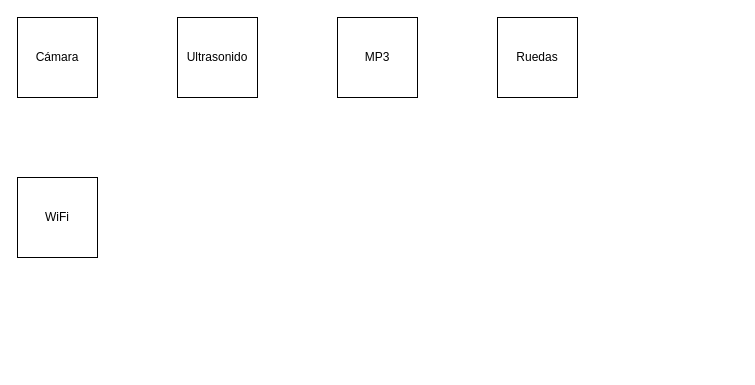
The draw.io diagram Diagrama_bloques.drawio in Davidariza99/Ejemplo-1, before the edit. Source tidied: cells renumbered, new cells numbered last; positions are measured from the earlier drawing's top-left corner, leaving out a move shared by most shapes. Both pictures are drawn from the tidied source at 100%, with x=0, y=0 at pixel (17, 17).
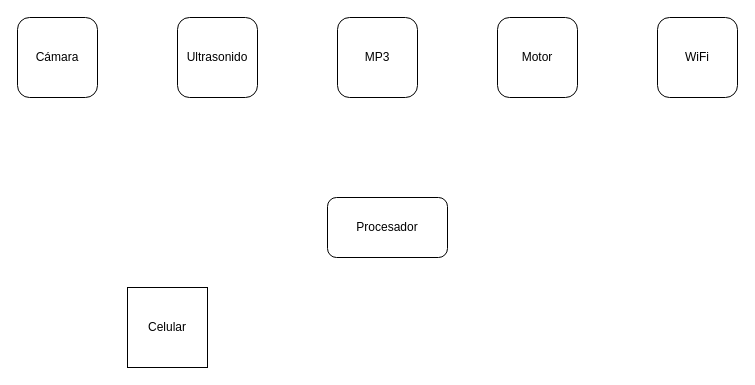
Above is the later version.

Change to the diagram source:
```diff
@@
 <mxGraphModel>
   <root>
     <mxCell id="0" />
     <mxCell id="1" parent="0" />
-    <mxCell id="2" value="&lt;div&gt;Cámara&lt;/div&gt;" style="whiteSpace=wrap;html=1;" parent="1" vertex="1">
-      <mxGeometry width="80" height="80" as="geometry" />
-    </mxCell>
-    <mxCell id="3" value="MP3" style="whiteSpace=wrap;html=1;" parent="1" vertex="1">
+    <mxCell id="3" value="MP3" style="whiteSpace=wrap;html=1;rounded=1;" parent="1" vertex="1">
       <mxGeometry x="320" width="80" height="80" as="geometry" />
     </mxCell>
-    <mxCell id="4" value="&lt;div&gt;Ultrasonido&lt;br&gt;&lt;/div&gt;" style="whiteSpace=wrap;html=1;" parent="1" vertex="1">
+    <mxCell id="4" value="&lt;div&gt;Ultrasonido&lt;br&gt;&lt;/div&gt;" style="whiteSpace=wrap;html=1;rounded=1;perimeterSpacing=6;" parent="1" vertex="1">
       <mxGeometry x="160" width="80" height="80" as="geometry" />
     </mxCell>
-    <mxCell id="5" value="Ruedas" style="whiteSpace=wrap;html=1;" parent="1" vertex="1">
+    <mxCell id="5" value="Motor" style="whiteSpace=wrap;html=1;rounded=1;" parent="1" vertex="1">
       <mxGeometry x="480" width="80" height="80" as="geometry" />
     </mxCell>
-    <mxCell id="6" value="WiFi" style="whiteSpace=wrap;html=1;" parent="1" vertex="1">
-      <mxGeometry y="160" width="80" height="80" as="geometry" />
+    <mxCell id="6" value="WiFi" style="whiteSpace=wrap;html=1;rounded=1;" parent="1" vertex="1">
+      <mxGeometry x="640" width="80" height="80" as="geometry" />
     </mxCell>
+    <mxCell id="2" value="&lt;div&gt;Cámara&lt;br&gt;&lt;/div&gt;" style="whiteSpace=wrap;html=1;rounded=1;perimeterSpacing=6;" parent="1" vertex="1">
+      <mxGeometry width="80" height="80" as="geometry" />
+    </mxCell>
+    <mxCell id="7" value="Procesador" style="rounded=1;whiteSpace=wrap;html=1;strokeWidth=1;" parent="1" vertex="1">
+      <mxGeometry x="310" y="180" width="120" height="60" as="geometry" />
+    </mxCell>
+    <mxCell id="8" value="Celular" style="whiteSpace=wrap;html=1;rounded=0;strokeWidth=1;" parent="1" vertex="1">
+      <mxGeometry x="110" y="270" width="80" height="80" as="geometry" />
+    </mxCell>
   </root>
 </mxGraphModel>
```
